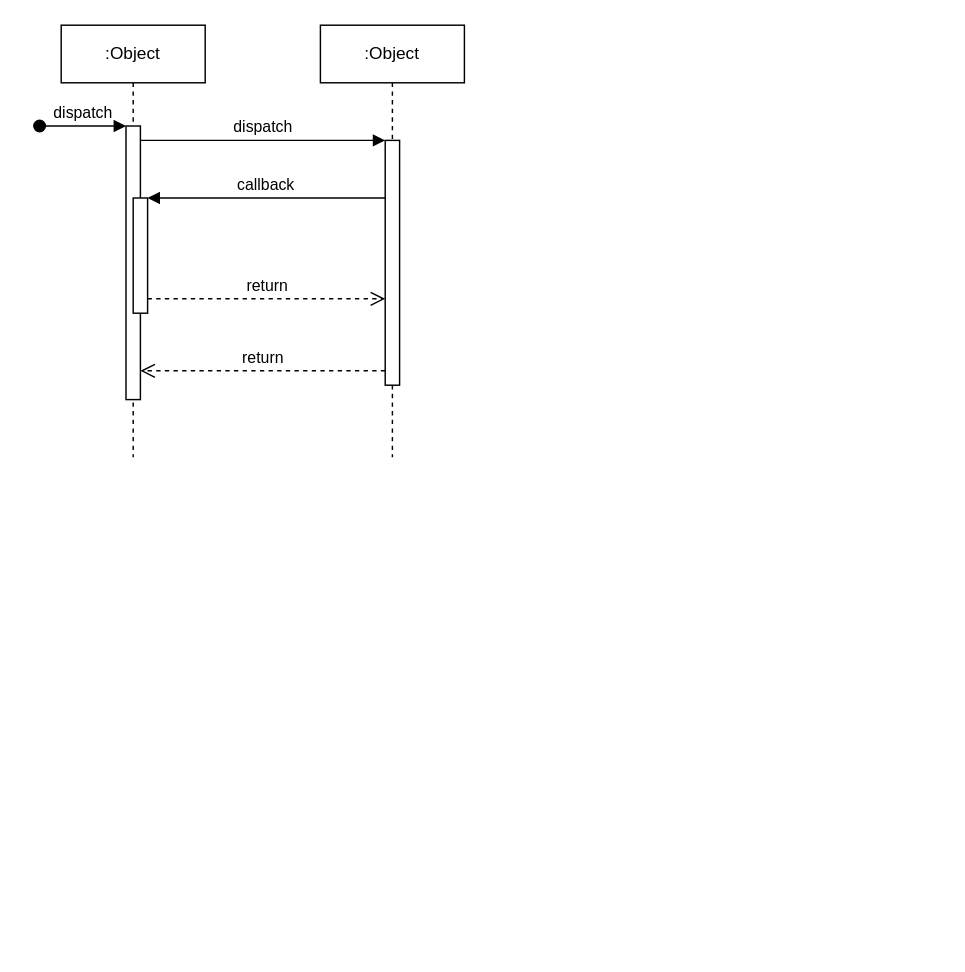
Above: page "Sequence" (1 of 2) of Sequence.drawio in Clue03/Chatting_App (draw.io), before the change. Source tidied: cells renumbered, new cells numbered last; positions are measured from the earlier drawing's top-left corner, leaving out a move shared by most shapes. Both pictures are drawn from the tidied source at 144%, with x=0, y=0 at pixel (39, 24).
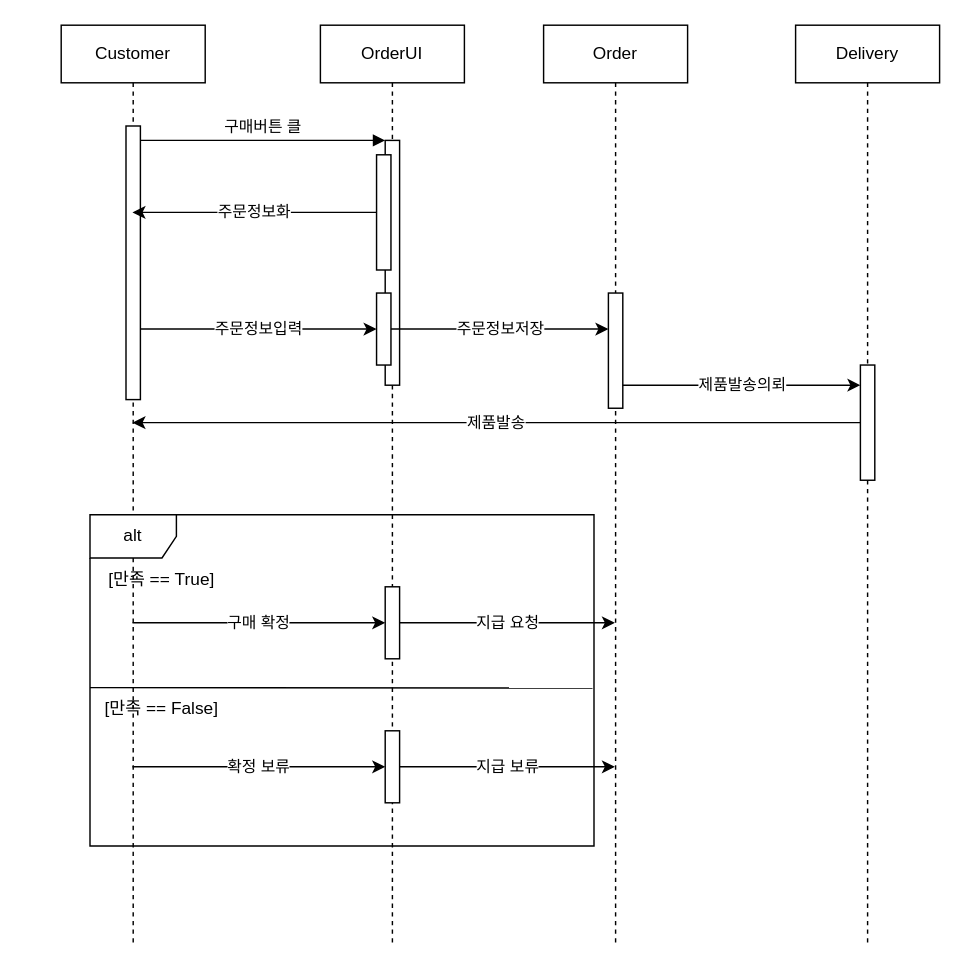
After the change.

Unchanged cells that the change refers to:
```xml
<mxCell id="3" style="html=1;points=[];perimeter=orthogonalPerimeter;outlineConnect=0;targetShapes=umlLifeline;portConstraint=eastwest;newEdgeStyle={&quot;edgeStyle&quot;:&quot;elbowEdgeStyle&quot;,&quot;elbow&quot;:&quot;vertical&quot;,&quot;curved&quot;:0,&quot;rounded&quot;:0};" parent="2" vertex="1">
  <mxGeometry x="45" y="70" width="10" height="190" as="geometry" />
</mxCell>
<mxCell id="7" style="html=1;points=[];perimeter=orthogonalPerimeter;outlineConnect=0;targetShapes=umlLifeline;portConstraint=eastwest;newEdgeStyle={&quot;edgeStyle&quot;:&quot;elbowEdgeStyle&quot;,&quot;elbow&quot;:&quot;vertical&quot;,&quot;curved&quot;:0,&quot;rounded&quot;:0};" parent="6" vertex="1">
  <mxGeometry x="45" y="80" width="10" height="170" as="geometry" />
</mxCell>
```

The edit, as a diff of the source:
```diff
@@
-    <mxCell id="2" value=":Object" style="shape=umlLifeline;perimeter=lifelinePerimeter;whiteSpace=wrap;html=1;outlineConnect=0;portConstraint=eastwest;newEdgeStyle={&quot;edgeStyle&quot;:&quot;elbowEdgeStyle&quot;,&quot;elbow&quot;:&quot;vertical&quot;,&quot;curved&quot;:0,&quot;rounded&quot;:0};" parent="1" vertex="1">
-      <mxGeometry x="15" width="100" height="300" as="geometry" />
+    <mxCell id="2" value="Customer" style="shape=umlLifeline;perimeter=lifelinePerimeter;whiteSpace=wrap;html=1;outlineConnect=0;portConstraint=eastwest;newEdgeStyle={&quot;edgeStyle&quot;:&quot;elbowEdgeStyle&quot;,&quot;elbow&quot;:&quot;vertical&quot;,&quot;curved&quot;:0,&quot;rounded&quot;:0};" parent="1" vertex="1">
+      <mxGeometry x="15" width="100" height="640" as="geometry" />
     </mxCell>
@@
-    <mxCell id="4" value="dispatch" style="html=1;verticalAlign=bottom;startArrow=oval;endArrow=block;startSize=8;edgeStyle=elbowEdgeStyle;elbow=vertical;curved=0;rounded=0;" parent="2" edge="1" target="3">
-      <mxGeometry relative="1" as="geometry">
-        <mxPoint x="-15" y="70" as="sourcePoint" />
-      </mxGeometry>
-    </mxCell>
-    <mxCell id="5" style="html=1;points=[];perimeter=orthogonalPerimeter;outlineConnect=0;targetShapes=umlLifeline;portConstraint=eastwest;newEdgeStyle={&quot;edgeStyle&quot;:&quot;elbowEdgeStyle&quot;,&quot;elbow&quot;:&quot;vertical&quot;,&quot;curved&quot;:0,&quot;rounded&quot;:0};" parent="2" vertex="1">
-      <mxGeometry x="50" y="120" width="10" height="80" as="geometry" />
-    </mxCell>
-    <mxCell id="6" value=":Object" style="shape=umlLifeline;perimeter=lifelinePerimeter;whiteSpace=wrap;html=1;newEdgeStyle={&quot;edgeStyle&quot;:&quot;elbowEdgeStyle&quot;,&quot;elbow&quot;:&quot;vertical&quot;,&quot;curved&quot;:0,&quot;rounded&quot;:0};" parent="1" vertex="1">
-      <mxGeometry x="195" width="100" height="300" as="geometry" />
+    <mxCell id="6" value="OrderUI" style="shape=umlLifeline;perimeter=lifelinePerimeter;whiteSpace=wrap;html=1;newEdgeStyle={&quot;edgeStyle&quot;:&quot;elbowEdgeStyle&quot;,&quot;elbow&quot;:&quot;vertical&quot;,&quot;curved&quot;:0,&quot;rounded&quot;:0};" parent="1" vertex="1">
+      <mxGeometry x="195" width="100" height="640" as="geometry" />
     </mxCell>
@@
+    <mxCell id="12" style="html=1;points=[];perimeter=orthogonalPerimeter;outlineConnect=0;targetShapes=umlLifeline;portConstraint=eastwest;newEdgeStyle={&quot;edgeStyle&quot;:&quot;elbowEdgeStyle&quot;,&quot;elbow&quot;:&quot;vertical&quot;,&quot;curved&quot;:0,&quot;rounded&quot;:0};" parent="6" vertex="1">
+      <mxGeometry x="39" y="90" width="10" height="80" as="geometry" />
+    </mxCell>
+    <mxCell id="13" style="html=1;points=[];perimeter=orthogonalPerimeter;outlineConnect=0;targetShapes=umlLifeline;portConstraint=eastwest;newEdgeStyle={&quot;edgeStyle&quot;:&quot;elbowEdgeStyle&quot;,&quot;elbow&quot;:&quot;vertical&quot;,&quot;curved&quot;:0,&quot;rounded&quot;:0};" parent="6" vertex="1">
+      <mxGeometry x="39" y="186" width="10" height="50" as="geometry" />
+    </mxCell>
-    <mxCell id="8" value="dispatch" style="html=1;verticalAlign=bottom;endArrow=block;edgeStyle=elbowEdgeStyle;elbow=vertical;curved=0;rounded=0;" parent="1" edge="1" source="3" target="7">
+    <mxCell id="8" value="구매버튼 클" style="html=1;verticalAlign=bottom;endArrow=block;edgeStyle=elbowEdgeStyle;elbow=vertical;curved=0;rounded=0;" parent="1" edge="1" source="3" target="7">
       <mxGeometry relative="1" as="geometry">
         <Array as="points">
           <mxPoint x="155" y="80" />
         </Array>
       </mxGeometry>
     </mxCell>
-    <mxCell id="9" value="return" style="html=1;verticalAlign=bottom;endArrow=open;dashed=1;endSize=8;edgeStyle=elbowEdgeStyle;elbow=vertical;curved=0;rounded=0;" parent="1" edge="1" source="7" target="3">
-      <mxGeometry relative="1" as="geometry">
-        <Array as="points">
-          <mxPoint x="165" y="240" />
-        </Array>
-      </mxGeometry>
-    </mxCell>
-    <mxCell id="10" value="callback" style="html=1;verticalAlign=bottom;endArrow=block;edgeStyle=elbowEdgeStyle;elbow=vertical;curved=0;rounded=0;" parent="1" edge="1" source="7" target="5">
-      <mxGeometry relative="1" as="geometry">
-        <Array as="points">
-          <mxPoint x="165" y="120" />
-        </Array>
-      </mxGeometry>
-    </mxCell>
-    <mxCell id="11" value="return" style="html=1;verticalAlign=bottom;endArrow=open;dashed=1;endSize=8;edgeStyle=elbowEdgeStyle;elbow=vertical;curved=0;rounded=0;" parent="1" edge="1" source="5" target="7">
-      <mxGeometry relative="1" as="geometry">
-        <Array as="points">
-          <mxPoint x="155" y="190" />
-        </Array>
-      </mxGeometry>
-    </mxCell>
+    <mxCell id="14" value="Order" style="shape=umlLifeline;perimeter=lifelinePerimeter;whiteSpace=wrap;html=1;outlineConnect=0;portConstraint=eastwest;newEdgeStyle={&quot;edgeStyle&quot;:&quot;elbowEdgeStyle&quot;,&quot;elbow&quot;:&quot;vertical&quot;,&quot;curved&quot;:0,&quot;rounded&quot;:0};" parent="1" vertex="1">
+      <mxGeometry x="350" width="100" height="640" as="geometry" />
+    </mxCell>
+    <mxCell id="15" style="html=1;points=[];perimeter=orthogonalPerimeter;outlineConnect=0;targetShapes=umlLifeline;portConstraint=eastwest;newEdgeStyle={&quot;edgeStyle&quot;:&quot;elbowEdgeStyle&quot;,&quot;elbow&quot;:&quot;vertical&quot;,&quot;curved&quot;:0,&quot;rounded&quot;:0};" parent="14" vertex="1">
+      <mxGeometry x="45" y="186" width="10" height="80" as="geometry" />
+    </mxCell>
+    <mxCell id="16" value="Delivery" style="shape=umlLifeline;perimeter=lifelinePerimeter;whiteSpace=wrap;html=1;newEdgeStyle={&quot;edgeStyle&quot;:&quot;elbowEdgeStyle&quot;,&quot;elbow&quot;:&quot;vertical&quot;,&quot;curved&quot;:0,&quot;rounded&quot;:0};" parent="1" vertex="1">
+      <mxGeometry x="525" width="100" height="640" as="geometry" />
+    </mxCell>
+    <mxCell id="17" style="html=1;points=[];perimeter=orthogonalPerimeter;outlineConnect=0;targetShapes=umlLifeline;portConstraint=eastwest;newEdgeStyle={&quot;edgeStyle&quot;:&quot;elbowEdgeStyle&quot;,&quot;elbow&quot;:&quot;vertical&quot;,&quot;curved&quot;:0,&quot;rounded&quot;:0};" parent="16" vertex="1">
+      <mxGeometry x="45" y="236" width="10" height="80" as="geometry" />
+    </mxCell>
+    <mxCell id="18" value="alt" style="shape=umlFrame;whiteSpace=wrap;html=1;width=60;height=30;" parent="1" vertex="1">
+      <mxGeometry x="35" y="340" width="350" height="230" as="geometry" />
+    </mxCell>
+    <mxCell id="19" style="endArrow=none;html=1;rounded=0;entryX=0.997;entryY=0.523;entryDx=0;entryDy=0;entryPerimeter=0;" parent="18" edge="1" target="18">
+      <mxGeometry relative="1" as="geometry">
+        <mxPoint y="120" as="sourcePoint" />
+        <Array as="points">
+          <mxPoint y="120" />
+        </Array>
+      </mxGeometry>
+    </mxCell>
+    <mxCell id="20" value="[만족 == True]" style="text;html=1;align=center;verticalAlign=middle;whiteSpace=wrap;rounded=0;" parent="18" vertex="1">
+      <mxGeometry y="30" width="100" height="30" as="geometry" />
+    </mxCell>
+    <mxCell id="21" value="[만족 == False]" style="text;html=1;align=center;verticalAlign=middle;whiteSpace=wrap;rounded=0;" parent="18" vertex="1">
+      <mxGeometry y="120" width="100" height="30" as="geometry" />
+    </mxCell>
+    <mxCell id="22" style="html=1;points=[];perimeter=orthogonalPerimeter;outlineConnect=0;targetShapes=umlLifeline;portConstraint=eastwest;newEdgeStyle={&quot;edgeStyle&quot;:&quot;elbowEdgeStyle&quot;,&quot;elbow&quot;:&quot;vertical&quot;,&quot;curved&quot;:0,&quot;rounded&quot;:0};" parent="18" vertex="1">
+      <mxGeometry x="205" y="50" width="10" height="50" as="geometry" />
+    </mxCell>
+    <mxCell id="23" style="html=1;points=[];perimeter=orthogonalPerimeter;outlineConnect=0;targetShapes=umlLifeline;portConstraint=eastwest;newEdgeStyle={&quot;edgeStyle&quot;:&quot;elbowEdgeStyle&quot;,&quot;elbow&quot;:&quot;vertical&quot;,&quot;curved&quot;:0,&quot;rounded&quot;:0};" parent="18" vertex="1">
+      <mxGeometry x="205" y="150" width="10" height="50" as="geometry" />
+    </mxCell>
+    <mxCell id="24" value="주문정보화" style="edgeStyle=elbowEdgeStyle;rounded=0;jettySize=auto;html=1;elbow=vertical;curved=0;" parent="1" edge="1" source="12" target="2">
+      <mxGeometry relative="1" as="geometry" />
+    </mxCell>
+    <mxCell id="25" value="주문정보입력" style="edgeStyle=elbowEdgeStyle;rounded=0;jettySize=auto;html=1;elbow=vertical;curved=0;" parent="1" edge="1" source="3" target="13">
+      <mxGeometry relative="1" as="geometry" />
+    </mxCell>
+    <mxCell id="26" value="주문정보저장" style="edgeStyle=elbowEdgeStyle;rounded=0;jettySize=auto;html=1;elbow=vertical;curved=0;" parent="1" edge="1" source="13" target="15">
+      <mxGeometry relative="1" as="geometry" />
+    </mxCell>
+    <mxCell id="27" value="제품발송의뢰" style="edgeStyle=elbowEdgeStyle;rounded=0;jettySize=auto;html=1;elbow=vertical;curved=0;" parent="1" edge="1" target="17">
+      <mxGeometry relative="1" as="geometry">
+        <mxPoint x="405" y="250" as="sourcePoint" />
+      </mxGeometry>
+    </mxCell>
+    <mxCell id="28" value="제품발송" style="edgeStyle=elbowEdgeStyle;rounded=0;jettySize=auto;html=1;elbow=vertical;curved=0;" parent="1" edge="1" source="17" target="2">
+      <mxGeometry relative="1" as="geometry" />
+    </mxCell>
+    <mxCell id="29" value="구매 확정" style="edgeStyle=elbowEdgeStyle;rounded=0;jettySize=auto;html=1;elbow=vertical;curved=0;startArrow=classic;startFill=1;endArrow=none;endFill=0;" parent="1" edge="1" source="22" target="2">
+      <mxGeometry relative="1" as="geometry" />
+    </mxCell>
+    <mxCell id="30" value="확정 보류" style="edgeStyle=elbowEdgeStyle;rounded=0;jettySize=auto;html=1;elbow=vertical;curved=0;endArrow=none;endFill=0;startArrow=classic;startFill=1;" parent="1" edge="1" source="23" target="2">
+      <mxGeometry relative="1" as="geometry" />
+    </mxCell>
+    <mxCell id="31" value="지급 요청" style="edgeStyle=elbowEdgeStyle;rounded=0;jettySize=auto;html=1;elbow=vertical;curved=0;" parent="1" edge="1" source="22" target="14">
+      <mxGeometry relative="1" as="geometry" />
+    </mxCell>
+    <mxCell id="32" value="지급 보류" style="edgeStyle=elbowEdgeStyle;rounded=0;jettySize=auto;html=1;elbow=vertical;curved=0;" parent="1" edge="1" source="23" target="14">
+      <mxGeometry relative="1" as="geometry" />
+    </mxCell>
```
